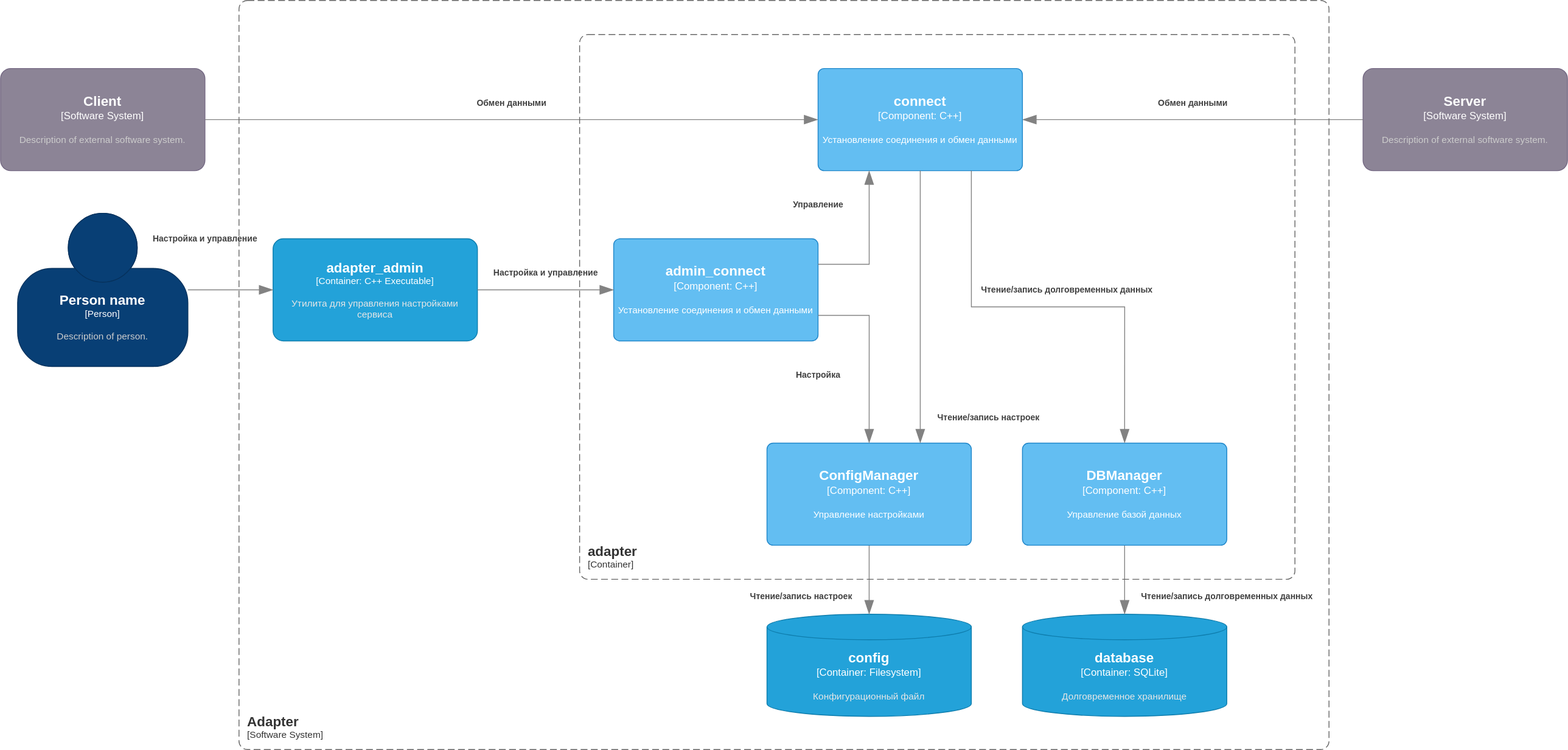
Before: diagrams/ComponentDiagram.svg, a diagram exported from draw.io (OmarovAmir/otus). Source tidied: cells renumbered, new cells last; positions are measured from the earlier drawing's top-left corner, leaving out a move shared by most shapes.
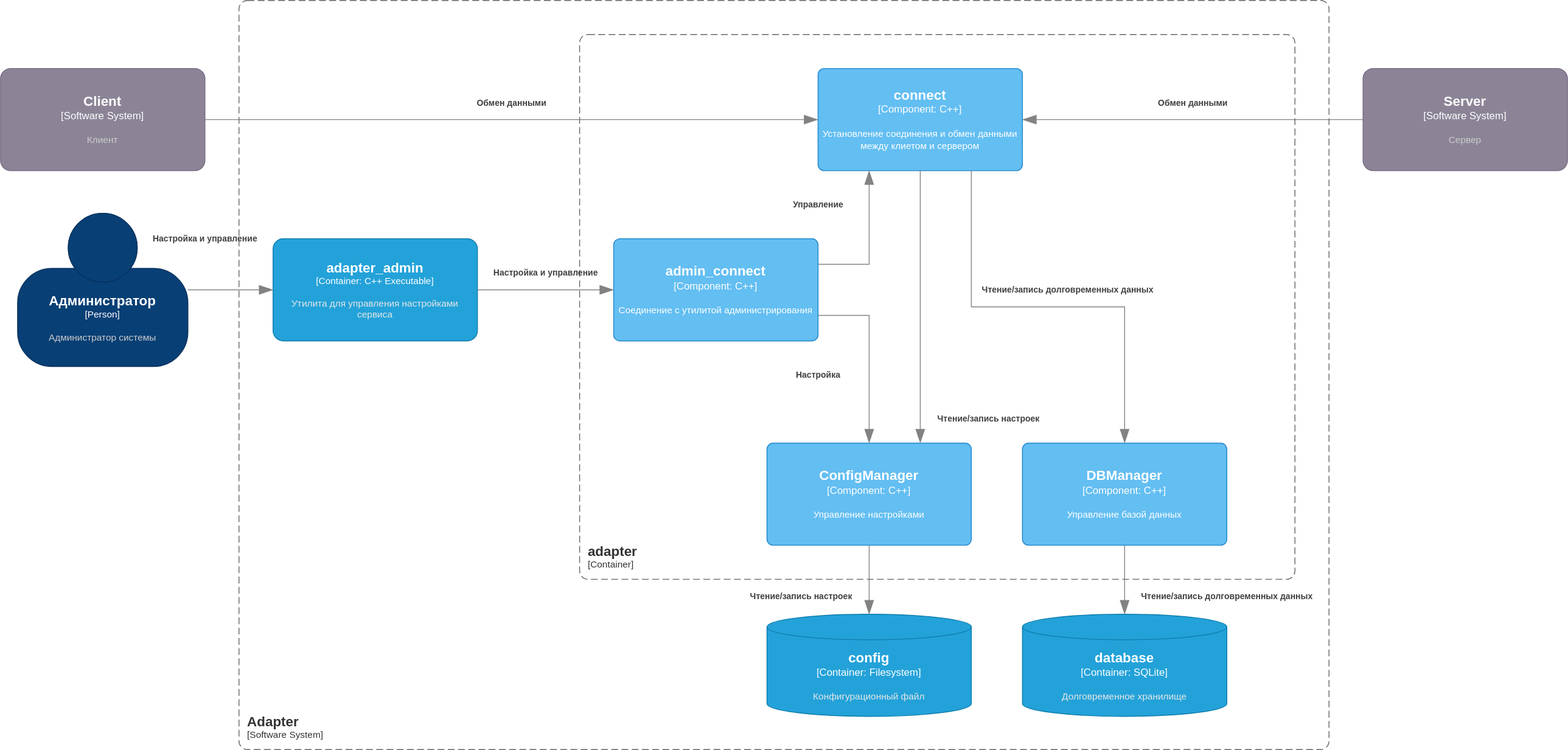
Above is the later version.

Change to the diagram source:
```diff
@@ -2,12 +2,12 @@
   <root>
     <mxCell id="0" />
     <mxCell id="1" parent="0" />
-    <object id="2" label="&lt;font style=&quot;font-size: 16px&quot;&gt;&lt;b&gt;%c4Name%&lt;/b&gt;&lt;/font&gt;&lt;div&gt;[%c4Type%]&lt;/div&gt;&lt;br&gt;&lt;div&gt;&lt;font style=&quot;font-size: 11px&quot;&gt;&lt;font color=&quot;#cccccc&quot;&gt;%c4Description%&lt;/font&gt;&lt;/div&gt;" c4Description="Description of external software system." c4Name="Client" c4Type="Software System" placeholders="1">
+    <object id="2" label="&lt;font style=&quot;font-size: 16px&quot;&gt;&lt;b&gt;%c4Name%&lt;/b&gt;&lt;/font&gt;&lt;div&gt;[%c4Type%]&lt;/div&gt;&lt;br&gt;&lt;div&gt;&lt;font style=&quot;font-size: 11px&quot;&gt;&lt;font color=&quot;#cccccc&quot;&gt;%c4Description%&lt;/font&gt;&lt;/div&gt;" c4Description="Клиент" c4Name="Client" c4Type="Software System" placeholders="1">
       <mxCell style="rounded=1;whiteSpace=wrap;html=1;labelBackgroundColor=none;fillColor=#8C8496;fontColor=#ffffff;align=center;arcSize=10;strokeColor=#736782;points=[[0.25,0,0],[0.5,0,0],[0.75,0,0],[1,0.25,0],[1,0.5,0],[1,0.75,0],[0.75,1,0],[0.5,1,0],[0.25,1,0],[0,0.75,0],[0,0.5,0],[0,0.25,0]];" parent="1" vertex="1">
         <mxGeometry y="80" width="240" height="120" as="geometry" />
       </mxCell>
     </object>
-    <object id="3" label="&lt;font style=&quot;font-size: 16px&quot;&gt;&lt;b&gt;%c4Name%&lt;/b&gt;&lt;/font&gt;&lt;div&gt;[%c4Type%]&lt;/div&gt;&lt;br&gt;&lt;div&gt;&lt;font style=&quot;font-size: 11px&quot;&gt;&lt;font color=&quot;#cccccc&quot;&gt;%c4Description%&lt;/font&gt;&lt;/div&gt;" c4Description="Description of external software system." c4Name="Server" c4Type="Software System" placeholders="1">
+    <object id="3" label="&lt;font style=&quot;font-size: 16px&quot;&gt;&lt;b&gt;%c4Name%&lt;/b&gt;&lt;/font&gt;&lt;div&gt;[%c4Type%]&lt;/div&gt;&lt;br&gt;&lt;div&gt;&lt;font style=&quot;font-size: 11px&quot;&gt;&lt;font color=&quot;#cccccc&quot;&gt;%c4Description%&lt;/font&gt;&lt;/div&gt;" c4Description="Сервер" c4Name="Server" c4Type="Software System" placeholders="1">
       <mxCell style="rounded=1;whiteSpace=wrap;html=1;labelBackgroundColor=none;fillColor=#8C8496;fontColor=#ffffff;align=center;arcSize=10;strokeColor=#736782;points=[[0.25,0,0],[0.5,0,0],[0.75,0,0],[1,0.25,0],[1,0.5,0],[1,0.75,0],[0.75,1,0],[0.5,1,0],[0.25,1,0],[0,0.75,0],[0,0.5,0],[0,0.25,0]];" parent="1" vertex="1">
         <mxGeometry x="1600" y="80" width="240" height="120" as="geometry" />
       </mxCell>
@@ -57,7 +57,7 @@
         <mxGeometry x="680" y="40" width="840" height="640" as="geometry" />
       </mxCell>
     </object>
-    <object id="13" label="&lt;font style=&quot;font-size: 16px&quot;&gt;&lt;b&gt;%c4Name%&lt;/b&gt;&lt;/font&gt;&lt;div&gt;[%c4Type%: %c4Technology%]&lt;/div&gt;&lt;br&gt;&lt;div&gt;&lt;font style=&quot;font-size: 11px&quot;&gt;%c4Description%&lt;/font&gt;&lt;/div&gt;" c4Description="Установление соединения и обмен данными" c4Name="connect" c4Technology="C++" c4Type="Component" placeholders="1">
+    <object id="13" label="&lt;font style=&quot;font-size: 16px&quot;&gt;&lt;b&gt;%c4Name%&lt;/b&gt;&lt;/font&gt;&lt;div&gt;[%c4Type%: %c4Technology%]&lt;/div&gt;&lt;br&gt;&lt;div&gt;&lt;font style=&quot;font-size: 11px&quot;&gt;%c4Description%&lt;/font&gt;&lt;/div&gt;" c4Description="Установление соединения и обмен данными между клиетом и сервером" c4Name="connect" c4Technology="C++" c4Type="Component" placeholders="1">
       <mxCell style="rounded=1;whiteSpace=wrap;html=1;labelBackgroundColor=none;fillColor=#63BEF2;fontColor=#ffffff;align=center;arcSize=6;strokeColor=#2086C9;points=[[0.25,0,0],[0.5,0,0],[0.75,0,0],[1,0.25,0],[1,0.5,0],[1,0.75,0],[0.75,1,0],[0.5,1,0],[0.25,1,0],[0,0.75,0],[0,0.5,0],[0,0.25,0]];" parent="1" vertex="1">
         <mxGeometry x="960" y="80" width="240" height="120" as="geometry" />
       </mxCell>
@@ -72,7 +72,7 @@
         <mxGeometry x="900" y="520" width="240" height="120" as="geometry" />
       </mxCell>
     </object>
-    <object id="16" label="&lt;font style=&quot;font-size: 16px&quot;&gt;&lt;b&gt;%c4Name%&lt;/b&gt;&lt;/font&gt;&lt;div&gt;[%c4Type%: %c4Technology%]&lt;/div&gt;&lt;br&gt;&lt;div&gt;&lt;font style=&quot;font-size: 11px&quot;&gt;%c4Description%&lt;/font&gt;&lt;/div&gt;" c4Description="Установление соединения и обмен данными" c4Name="admin_connect" c4Technology="C++" c4Type="Component" placeholders="1">
+    <object id="16" label="&lt;font style=&quot;font-size: 16px&quot;&gt;&lt;b&gt;%c4Name%&lt;/b&gt;&lt;/font&gt;&lt;div&gt;[%c4Type%: %c4Technology%]&lt;/div&gt;&lt;br&gt;&lt;div&gt;&lt;font style=&quot;font-size: 11px&quot;&gt;%c4Description%&lt;/font&gt;&lt;/div&gt;" c4Description="Соединение с утилитой администрирования" c4Name="admin_connect" c4Technology="C++" c4Type="Component" placeholders="1">
       <mxCell style="rounded=1;whiteSpace=wrap;html=1;labelBackgroundColor=none;fillColor=#63BEF2;fontColor=#ffffff;align=center;arcSize=6;strokeColor=#2086C9;points=[[0.25,0,0],[0.5,0,0],[0.75,0,0],[1,0.25,0],[1,0.5,0],[1,0.75,0],[0.75,1,0],[0.5,1,0],[0.25,1,0],[0,0.75,0],[0,0.5,0],[0,0.25,0]];" parent="1" vertex="1">
         <mxGeometry x="720" y="280" width="240" height="120" as="geometry" />
       </mxCell>
@@ -102,7 +102,7 @@
         <mxGeometry x="0.24" y="-60" relative="1" as="geometry" />
       </mxCell>
     </object>
-    <object id="22" label="&lt;font style=&quot;font-size: 16px&quot;&gt;&lt;b&gt;%c4Name%&lt;/b&gt;&lt;/font&gt;&lt;div&gt;[%c4Type%]&lt;/div&gt;&lt;br&gt;&lt;div&gt;&lt;font style=&quot;font-size: 11px&quot;&gt;&lt;font color=&quot;#cccccc&quot;&gt;%c4Description%&lt;/font&gt;&lt;/div&gt;" c4Description="Description of person." c4Name="Person name" c4Type="Person" placeholders="1">
+    <object id="22" label="&lt;font style=&quot;font-size: 16px&quot;&gt;&lt;b&gt;%c4Name%&lt;/b&gt;&lt;/font&gt;&lt;div&gt;[%c4Type%]&lt;/div&gt;&lt;br&gt;&lt;div&gt;&lt;font style=&quot;font-size: 11px&quot;&gt;&lt;font color=&quot;#cccccc&quot;&gt;%c4Description%&lt;/font&gt;&lt;/div&gt;" c4Description="Администратор системы" c4Name="Администратор" c4Type="Person" placeholders="1">
       <mxCell style="html=1;fontSize=11;dashed=0;whiteSpace=wrap;fillColor=#083F75;strokeColor=#06315C;fontColor=#ffffff;shape=mxgraph.c4.person2;align=center;points=[[0.5,0,0],[1,0.5,0],[1,0.75,0],[0.75,1,0],[0.5,1,0],[0.25,1,0],[0,0.75,0],[0,0.5,0]];" parent="1" vertex="1">
         <mxGeometry x="20" y="250" width="200" height="180" as="geometry" />
       </mxCell>
```
